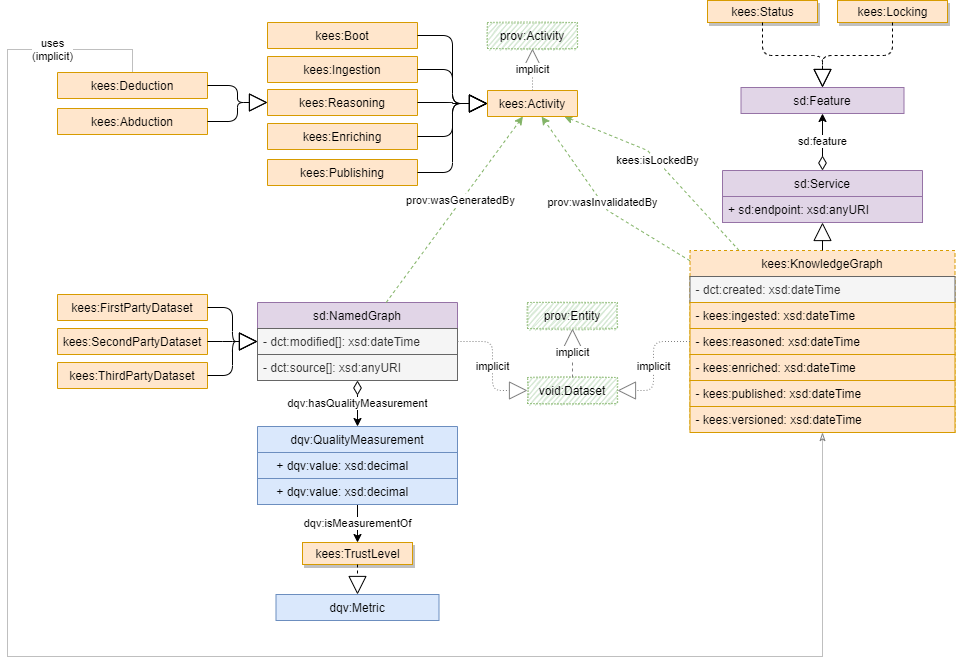
linkeddatacenter/kees keeps this draw.io diagram as v1/images/uml.png. Above is the earlier version. Source tidied: cells renumbered, new cells last; positions are measured from the earlier drawing's top-left corner, leaving out a move shared by most shapes.
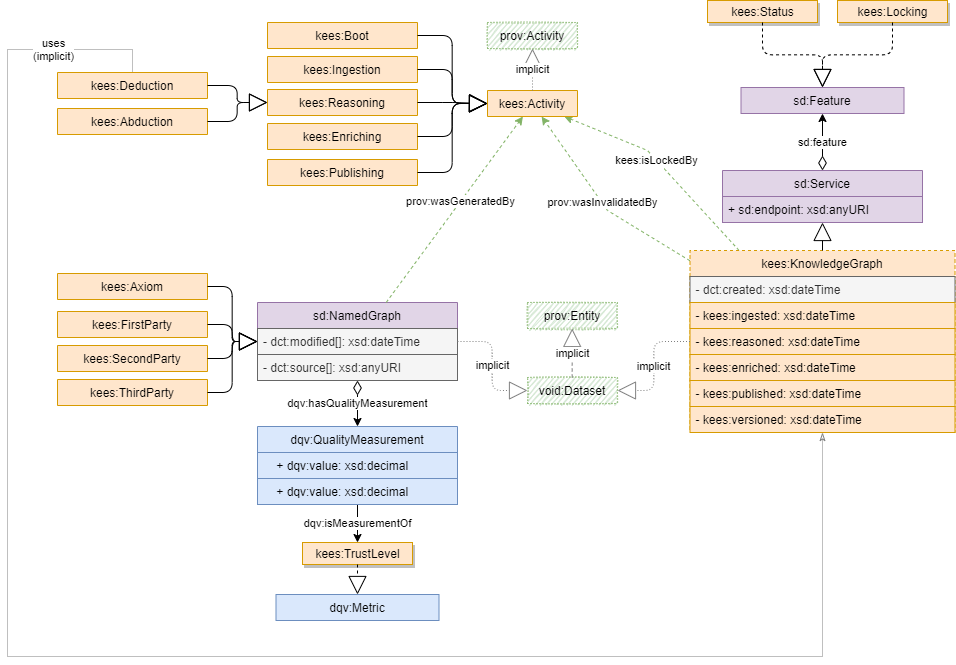
The same file after the commit.

What changed in the source:
```diff
@@ -167,14 +167,14 @@
     <mxCell id="51" value="void:Dataset" style="swimlane;fontStyle=0;horizontal=1;startSize=26;labelBackgroundColor=none;fillColor=#d5e8d4;strokeColor=#82b366;sketch=1;dashed=1;dashPattern=1 2;" parent="1" vertex="1" collapsed="1">
       <mxGeometry x="520" y="377" width="90" height="26" as="geometry" />
     </mxCell>
-    <mxCell id="52" value="kees:FirstPartyDataset" style="swimlane;fontStyle=0;horizontal=1;startSize=26;fillColor=#ffe6cc;strokeColor=#d79b00;labelBackgroundColor=none;" parent="1" vertex="1" collapsed="1">
-      <mxGeometry x="50" y="294" width="150" height="26" as="geometry" />
+    <mxCell id="52" value="kees:FirstParty" style="swimlane;fontStyle=0;horizontal=1;startSize=26;fillColor=#ffe6cc;strokeColor=#d79b00;labelBackgroundColor=none;" parent="1" vertex="1" collapsed="1">
+      <mxGeometry x="50" y="311" width="150" height="26" as="geometry" />
     </mxCell>
-    <mxCell id="53" value="kees:SecondPartyDataset" style="swimlane;fontStyle=0;horizontal=1;startSize=26;fillColor=#ffe6cc;strokeColor=#d79b00;labelBackgroundColor=none;" parent="1" vertex="1" collapsed="1">
-      <mxGeometry x="50" y="328" width="150" height="26" as="geometry" />
+    <mxCell id="53" value="kees:SecondParty" style="swimlane;fontStyle=0;horizontal=1;startSize=26;fillColor=#ffe6cc;strokeColor=#d79b00;labelBackgroundColor=none;" parent="1" vertex="1" collapsed="1">
+      <mxGeometry x="50" y="345" width="150" height="26" as="geometry" />
     </mxCell>
-    <mxCell id="54" value="kees:ThirdPartyDataset" style="swimlane;fontStyle=0;horizontal=1;startSize=26;fillColor=#ffe6cc;strokeColor=#d79b00;labelBackgroundColor=none;" parent="1" vertex="1" collapsed="1">
-      <mxGeometry x="50" y="362" width="150" height="26" as="geometry" />
+    <mxCell id="54" value="kees:ThirdParty" style="swimlane;fontStyle=0;horizontal=1;startSize=26;fillColor=#ffe6cc;strokeColor=#d79b00;labelBackgroundColor=none;" parent="1" vertex="1" collapsed="1">
+      <mxGeometry x="50" y="379" width="150" height="26" as="geometry" />
     </mxCell>
     <mxCell id="55" style="endArrow=block;endSize=16;endFill=0;html=1;edgeStyle=elbowEdgeStyle;" parent="1" edge="1" source="52" target="33">
       <mxGeometry relative="1" as="geometry" />
@@ -194,5 +194,11 @@
     <mxCell id="60" value="implicit" style="endArrow=block;endSize=16;endFill=0;html=1;edgeStyle=elbowEdgeStyle;dashed=1;dashPattern=1 2;strokeColor=#808080;" parent="1" edge="1" source="4" target="51">
       <mxGeometry relative="1" as="geometry" />
     </mxCell>
+    <mxCell id="61" value="kees:Axiom" style="swimlane;fontStyle=0;horizontal=1;startSize=26;fillColor=#ffe6cc;strokeColor=#d79b00;labelBackgroundColor=none;" parent="1" vertex="1" collapsed="1">
+      <mxGeometry x="50" y="273" width="150" height="26" as="geometry" />
+    </mxCell>
+    <mxCell id="62" style="endArrow=block;endSize=16;endFill=0;html=1;edgeStyle=elbowEdgeStyle;" parent="1" edge="1" source="61" target="33">
+      <mxGeometry relative="1" as="geometry" />
+    </mxCell>
   </root>
 </mxGraphModel>
```
